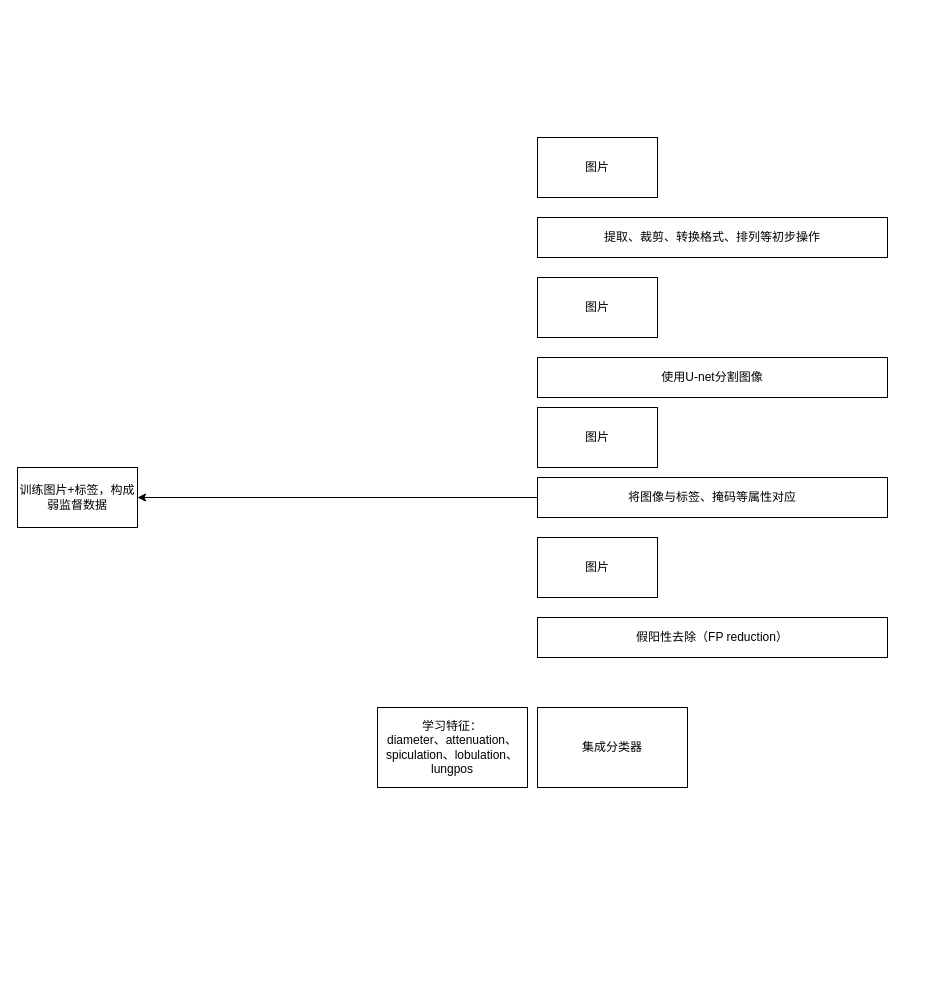
Above: bishe-jiagou.drawio in CaptainCCCP/Draw-io-cloud (draw.io), before the change. Source tidied: cells renumbered, new cells numbered last; positions are measured from the earlier drawing's top-left corner, leaving out a move shared by most shapes. Both pictures are drawn from the tidied source at 100%, with x=0, y=0 at pixel (17, 137). Pictures stored in the file or linked from it are replaced by grey dashed boxes.
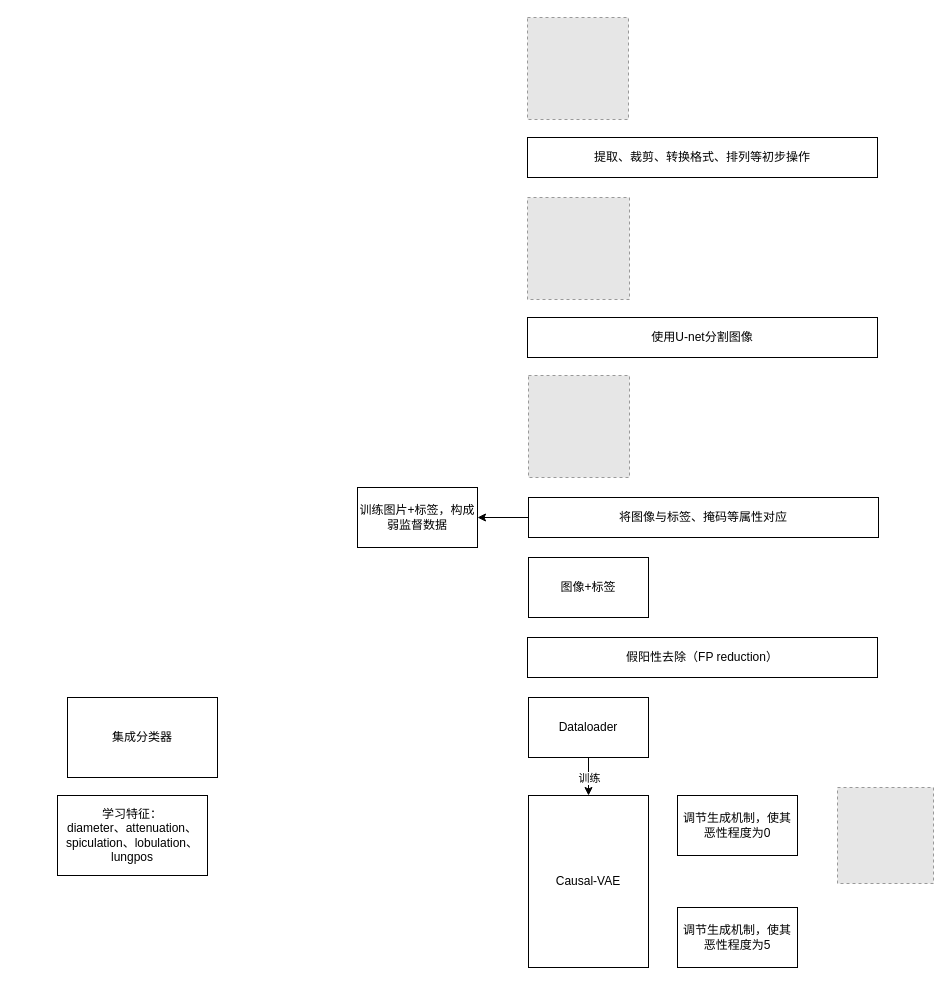
The same diagram, later.

The edit, as a diff of the source:
```diff
@@
-    <mxCell id="2" value="图片" style="rounded=0;whiteSpace=wrap;html=1;" parent="1" vertex="1">
-      <mxGeometry x="520" width="120" height="60" as="geometry" />
-    </mxCell>
     <mxCell id="3" value="使用U-net分割图像" style="rounded=0;whiteSpace=wrap;html=1;" parent="1" vertex="1">
-      <mxGeometry x="520" y="220" width="350" height="40" as="geometry" />
+      <mxGeometry x="510" y="180" width="350" height="40" as="geometry" />
     </mxCell>
@@
     <mxCell id="5" value="将图像与标签、掩码等属性对应" style="whiteSpace=wrap;html=1;" parent="1" vertex="1">
-      <mxGeometry x="520" y="340" width="350" height="40" as="geometry" />
+      <mxGeometry x="511" y="360" width="350" height="40" as="geometry" />
     </mxCell>
     <mxCell id="6" value="假阳性去除（FP reduction）" style="whiteSpace=wrap;html=1;" parent="1" vertex="1">
-      <mxGeometry x="520" y="480" width="350" height="40" as="geometry" />
+      <mxGeometry x="510" y="500" width="350" height="40" as="geometry" />
     </mxCell>
     <mxCell id="7" value="提取、裁剪、转换格式、排列等初步操作" style="whiteSpace=wrap;html=1;" parent="1" vertex="1">
-      <mxGeometry x="520" y="80" width="350" height="40" as="geometry" />
+      <mxGeometry x="510" width="350" height="40" as="geometry" />
     </mxCell>
-    <mxCell id="8" value="图片" style="rounded=0;whiteSpace=wrap;html=1;" parent="1" vertex="1">
-      <mxGeometry x="520" y="140" width="120" height="60" as="geometry" />
-    </mxCell>
-    <mxCell id="9" value="图片" style="rounded=0;whiteSpace=wrap;html=1;" parent="1" vertex="1">
-      <mxGeometry x="520" y="270" width="120" height="60" as="geometry" />
-    </mxCell>
-    <mxCell id="10" value="图片" style="rounded=0;whiteSpace=wrap;html=1;" parent="1" vertex="1">
-      <mxGeometry x="520" y="400" width="120" height="60" as="geometry" />
-    </mxCell>
     <mxCell id="11" value="学习特征：&lt;div&gt;diameter、attenuation、spiculation、lobulation、lungpos&lt;/div&gt;" style="whiteSpace=wrap;html=1;" parent="1" vertex="1">
-      <mxGeometry x="360" y="570" width="150" height="80" as="geometry" />
+      <mxGeometry x="40" y="658" width="150" height="80" as="geometry" />
     </mxCell>
     <mxCell id="12" value="集成分类器" style="whiteSpace=wrap;html=1;" parent="1" vertex="1">
-      <mxGeometry x="520" y="570" width="150" height="80" as="geometry" />
+      <mxGeometry x="50" y="560" width="150" height="80" as="geometry" />
     </mxCell>
     <mxCell id="13" value="训练图片+标签，构成弱监督数据" style="rounded=0;whiteSpace=wrap;html=1;" parent="1" vertex="1">
-      <mxGeometry y="330" width="120" height="60" as="geometry" />
+      <mxGeometry x="340" y="350" width="120" height="60" as="geometry" />
     </mxCell>
+    <mxCell id="14" style="fillColor=#E6E6E6;strokeColor=#999999;dashed=1;verticalLabelPosition=bottom;labelBackgroundColor=default;verticalAlign=top;" parent="1" vertex="1">
+      <mxGeometry x="510" y="-120" width="101" height="102" as="geometry" />
+    </mxCell>
+    <mxCell id="15" style="fillColor=#E6E6E6;strokeColor=#999999;dashed=1;verticalLabelPosition=bottom;labelBackgroundColor=default;verticalAlign=top;" parent="1" vertex="1">
+      <mxGeometry x="511" y="238" width="101" height="102" as="geometry" />
+    </mxCell>
+    <mxCell id="16" style="fillColor=#E6E6E6;strokeColor=#999999;dashed=1;verticalLabelPosition=bottom;labelBackgroundColor=default;verticalAlign=top;" parent="1" vertex="1">
+      <mxGeometry x="820" y="650" width="96" height="96" as="geometry" />
+    </mxCell>
+    <mxCell id="17" style="fillColor=#E6E6E6;strokeColor=#999999;dashed=1;verticalLabelPosition=bottom;labelBackgroundColor=default;verticalAlign=top;" parent="1" vertex="1">
+      <mxGeometry x="510" y="60" width="102" height="102" as="geometry" />
+    </mxCell>
+    <mxCell id="18" value="Causal-VAE" style="whiteSpace=wrap;html=1;" parent="1" vertex="1">
+      <mxGeometry x="511" y="658" width="120" height="172" as="geometry" />
+    </mxCell>
+    <mxCell id="19" value="图像+标签" style="whiteSpace=wrap;html=1;" parent="1" vertex="1">
+      <mxGeometry x="511" y="420" width="120" height="60" as="geometry" />
+    </mxCell>
+    <mxCell id="20" style="edgeStyle=orthogonalEdgeStyle;rounded=0;jettySize=auto;html=1;exitX=0.5;exitY=1;exitDx=0;exitDy=0;entryX=0.5;entryY=0;entryDx=0;entryDy=0;" parent="1" edge="1" source="22" target="18">
+      <mxGeometry relative="1" as="geometry" />
+    </mxCell>
+    <mxCell id="21" value="训练" style="edgeLabel;html=1;align=center;verticalAlign=middle;" parent="20" vertex="1">
+      <mxGeometry x="0.05" y="2" relative="1" as="geometry">
+        <mxPoint x="-2" as="offset" />
+      </mxGeometry>
+    </mxCell>
+    <mxCell id="22" value="Dataloader" style="whiteSpace=wrap;html=1;" parent="1" vertex="1">
+      <mxGeometry x="511" y="560" width="120" height="60" as="geometry" />
+    </mxCell>
+    <mxCell id="23" value="调节生成机制，使其恶性程度为0" style="whiteSpace=wrap;html=1;" parent="1" vertex="1">
+      <mxGeometry x="660" y="658" width="120" height="60" as="geometry" />
+    </mxCell>
+    <mxCell id="24" value="调节生成机制，使其恶性程度为5" style="whiteSpace=wrap;html=1;" parent="1" vertex="1">
+      <mxGeometry x="660" y="770" width="120" height="60" as="geometry" />
+    </mxCell>
```
